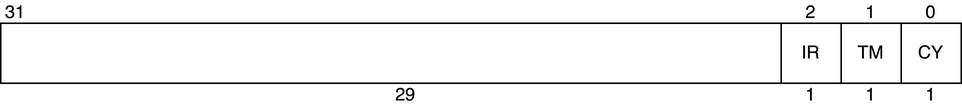
Above: basic/images/23-smode-csr/scounteren.png in nananapo/veryl-riscv-book (draw.io), before the change. Source tidied: cells renumbered, new cells last; positions are measured from the earlier drawing's top-left corner, leaving out a move shared by most shapes. The source it was exported from:
```xml
<mxGraphModel>
  <root>
    <mxCell id="0" />
    <mxCell id="1" parent="0" />
    <mxCell id="2" style="rounded=0;whiteSpace=wrap;html=1;" parent="1" vertex="1">
      <mxGeometry y="15" width="640" height="40" as="geometry" />
    </mxCell>
    <mxCell id="3" value="0" style="text;html=1;align=center;verticalAlign=middle;whiteSpace=wrap;rounded=0;" parent="1" vertex="1">
      <mxGeometry x="610" width="20" height="15" as="geometry" />
    </mxCell>
    <mxCell id="4" value="31" style="text;html=1;align=center;verticalAlign=middle;whiteSpace=wrap;rounded=0;" parent="1" vertex="1">
      <mxGeometry width="20" height="15" as="geometry" />
    </mxCell>
    <mxCell id="5" value="29" style="text;html=1;align=center;verticalAlign=middle;whiteSpace=wrap;rounded=0;" parent="1" vertex="1">
      <mxGeometry x="260" y="55" width="20" height="15" as="geometry" />
    </mxCell>
    <mxCell id="6" style="endArrow=none;html=1;rounded=0;" parent="1" edge="1">
      <mxGeometry relative="1" as="geometry">
        <mxPoint x="600" y="55" as="sourcePoint" />
        <mxPoint x="600" y="15" as="targetPoint" />
      </mxGeometry>
    </mxCell>
    <mxCell id="7" value="1" style="text;html=1;align=center;verticalAlign=middle;whiteSpace=wrap;rounded=0;" parent="1" vertex="1">
      <mxGeometry x="570" width="20" height="15" as="geometry" />
    </mxCell>
    <mxCell id="8" value="2" style="text;html=1;align=center;verticalAlign=middle;whiteSpace=wrap;rounded=0;" parent="1" vertex="1">
      <mxGeometry x="530" width="20" height="15" as="geometry" />
    </mxCell>
    <mxCell id="9" value="1" style="text;html=1;align=center;verticalAlign=middle;whiteSpace=wrap;rounded=0;" parent="1" vertex="1">
      <mxGeometry x="610" y="55" width="20" height="15" as="geometry" />
    </mxCell>
    <mxCell id="10" value="CY" style="text;html=1;align=center;verticalAlign=middle;whiteSpace=wrap;rounded=0;" parent="1" vertex="1">
      <mxGeometry x="610" y="27.5" width="20" height="15" as="geometry" />
    </mxCell>
    <mxCell id="11" style="endArrow=none;html=1;rounded=0;" parent="1" edge="1">
      <mxGeometry relative="1" as="geometry">
        <mxPoint x="560" y="55" as="sourcePoint" />
        <mxPoint x="560" y="15" as="targetPoint" />
      </mxGeometry>
    </mxCell>
    <mxCell id="12" style="endArrow=none;html=1;rounded=0;" parent="1" edge="1">
      <mxGeometry relative="1" as="geometry">
        <mxPoint x="520" y="55" as="sourcePoint" />
        <mxPoint x="520" y="15" as="targetPoint" />
      </mxGeometry>
    </mxCell>
    <mxCell id="13" value="TM" style="text;html=1;align=center;verticalAlign=middle;whiteSpace=wrap;rounded=0;" parent="1" vertex="1">
      <mxGeometry x="570" y="27.5" width="20" height="15" as="geometry" />
    </mxCell>
    <mxCell id="14" value="IR" style="text;html=1;align=center;verticalAlign=middle;whiteSpace=wrap;rounded=0;" parent="1" vertex="1">
      <mxGeometry x="530" y="27.5" width="20" height="15" as="geometry" />
    </mxCell>
    <mxCell id="15" value="1" style="text;html=1;align=center;verticalAlign=middle;whiteSpace=wrap;rounded=0;" parent="1" vertex="1">
      <mxGeometry x="570" y="55" width="20" height="15" as="geometry" />
    </mxCell>
    <mxCell id="16" value="1" style="text;html=1;align=center;verticalAlign=middle;whiteSpace=wrap;rounded=0;" parent="1" vertex="1">
      <mxGeometry x="530" y="55" width="20" height="15" as="geometry" />
    </mxCell>
  </root>
</mxGraphModel>
```
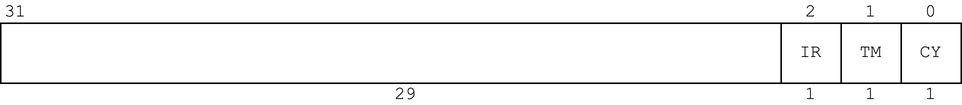
The same file after the commit.

Change to the diagram source:
```diff
@@ -2,58 +2,58 @@
   <root>
     <mxCell id="0" />
     <mxCell id="1" parent="0" />
-    <mxCell id="2" style="rounded=0;whiteSpace=wrap;html=1;" parent="1" vertex="1">
+    <mxCell id="2" style="rounded=0;whiteSpace=wrap;html=1;fontFamily=Courier New;" parent="1" vertex="1">
       <mxGeometry y="15" width="640" height="40" as="geometry" />
     </mxCell>
-    <mxCell id="3" value="0" style="text;html=1;align=center;verticalAlign=middle;whiteSpace=wrap;rounded=0;" parent="1" vertex="1">
+    <mxCell id="3" value="0" style="text;html=1;align=center;verticalAlign=middle;whiteSpace=wrap;rounded=0;fontFamily=Courier New;" parent="1" vertex="1">
       <mxGeometry x="610" width="20" height="15" as="geometry" />
     </mxCell>
-    <mxCell id="4" value="31" style="text;html=1;align=center;verticalAlign=middle;whiteSpace=wrap;rounded=0;" parent="1" vertex="1">
+    <mxCell id="4" value="31" style="text;html=1;align=center;verticalAlign=middle;whiteSpace=wrap;rounded=0;fontFamily=Courier New;" parent="1" vertex="1">
       <mxGeometry width="20" height="15" as="geometry" />
     </mxCell>
-    <mxCell id="5" value="29" style="text;html=1;align=center;verticalAlign=middle;whiteSpace=wrap;rounded=0;" parent="1" vertex="1">
+    <mxCell id="5" value="29" style="text;html=1;align=center;verticalAlign=middle;whiteSpace=wrap;rounded=0;fontFamily=Courier New;" parent="1" vertex="1">
       <mxGeometry x="260" y="55" width="20" height="15" as="geometry" />
     </mxCell>
-    <mxCell id="6" style="endArrow=none;html=1;rounded=0;" parent="1" edge="1">
+    <mxCell id="6" style="endArrow=none;html=1;rounded=0;fontFamily=Courier New;" parent="1" edge="1">
       <mxGeometry relative="1" as="geometry">
         <mxPoint x="600" y="55" as="sourcePoint" />
         <mxPoint x="600" y="15" as="targetPoint" />
       </mxGeometry>
     </mxCell>
-    <mxCell id="7" value="1" style="text;html=1;align=center;verticalAlign=middle;whiteSpace=wrap;rounded=0;" parent="1" vertex="1">
+    <mxCell id="7" value="1" style="text;html=1;align=center;verticalAlign=middle;whiteSpace=wrap;rounded=0;fontFamily=Courier New;" parent="1" vertex="1">
       <mxGeometry x="570" width="20" height="15" as="geometry" />
     </mxCell>
-    <mxCell id="8" value="2" style="text;html=1;align=center;verticalAlign=middle;whiteSpace=wrap;rounded=0;" parent="1" vertex="1">
+    <mxCell id="8" value="2" style="text;html=1;align=center;verticalAlign=middle;whiteSpace=wrap;rounded=0;fontFamily=Courier New;" parent="1" vertex="1">
       <mxGeometry x="530" width="20" height="15" as="geometry" />
     </mxCell>
-    <mxCell id="9" value="1" style="text;html=1;align=center;verticalAlign=middle;whiteSpace=wrap;rounded=0;" parent="1" vertex="1">
+    <mxCell id="9" value="1" style="text;html=1;align=center;verticalAlign=middle;whiteSpace=wrap;rounded=0;fontFamily=Courier New;" parent="1" vertex="1">
       <mxGeometry x="610" y="55" width="20" height="15" as="geometry" />
     </mxCell>
-    <mxCell id="10" value="CY" style="text;html=1;align=center;verticalAlign=middle;whiteSpace=wrap;rounded=0;" parent="1" vertex="1">
+    <mxCell id="10" value="CY" style="text;html=1;align=center;verticalAlign=middle;whiteSpace=wrap;rounded=0;fontFamily=Courier New;" parent="1" vertex="1">
       <mxGeometry x="610" y="27.5" width="20" height="15" as="geometry" />
     </mxCell>
-    <mxCell id="11" style="endArrow=none;html=1;rounded=0;" parent="1" edge="1">
+    <mxCell id="11" style="endArrow=none;html=1;rounded=0;fontFamily=Courier New;" parent="1" edge="1">
       <mxGeometry relative="1" as="geometry">
         <mxPoint x="560" y="55" as="sourcePoint" />
         <mxPoint x="560" y="15" as="targetPoint" />
       </mxGeometry>
     </mxCell>
-    <mxCell id="12" style="endArrow=none;html=1;rounded=0;" parent="1" edge="1">
+    <mxCell id="12" style="endArrow=none;html=1;rounded=0;fontFamily=Courier New;" parent="1" edge="1">
       <mxGeometry relative="1" as="geometry">
         <mxPoint x="520" y="55" as="sourcePoint" />
         <mxPoint x="520" y="15" as="targetPoint" />
       </mxGeometry>
     </mxCell>
-    <mxCell id="13" value="TM" style="text;html=1;align=center;verticalAlign=middle;whiteSpace=wrap;rounded=0;" parent="1" vertex="1">
+    <mxCell id="13" value="TM" style="text;html=1;align=center;verticalAlign=middle;whiteSpace=wrap;rounded=0;fontFamily=Courier New;" parent="1" vertex="1">
       <mxGeometry x="570" y="27.5" width="20" height="15" as="geometry" />
     </mxCell>
-    <mxCell id="14" value="IR" style="text;html=1;align=center;verticalAlign=middle;whiteSpace=wrap;rounded=0;" parent="1" vertex="1">
+    <mxCell id="14" value="IR" style="text;html=1;align=center;verticalAlign=middle;whiteSpace=wrap;rounded=0;fontFamily=Courier New;" parent="1" vertex="1">
       <mxGeometry x="530" y="27.5" width="20" height="15" as="geometry" />
     </mxCell>
-    <mxCell id="15" value="1" style="text;html=1;align=center;verticalAlign=middle;whiteSpace=wrap;rounded=0;" parent="1" vertex="1">
+    <mxCell id="15" value="1" style="text;html=1;align=center;verticalAlign=middle;whiteSpace=wrap;rounded=0;fontFamily=Courier New;" parent="1" vertex="1">
       <mxGeometry x="570" y="55" width="20" height="15" as="geometry" />
     </mxCell>
-    <mxCell id="16" value="1" style="text;html=1;align=center;verticalAlign=middle;whiteSpace=wrap;rounded=0;" parent="1" vertex="1">
+    <mxCell id="16" value="1" style="text;html=1;align=center;verticalAlign=middle;whiteSpace=wrap;rounded=0;fontFamily=Courier New;" parent="1" vertex="1">
       <mxGeometry x="530" y="55" width="20" height="15" as="geometry" />
     </mxCell>
   </root>
```
